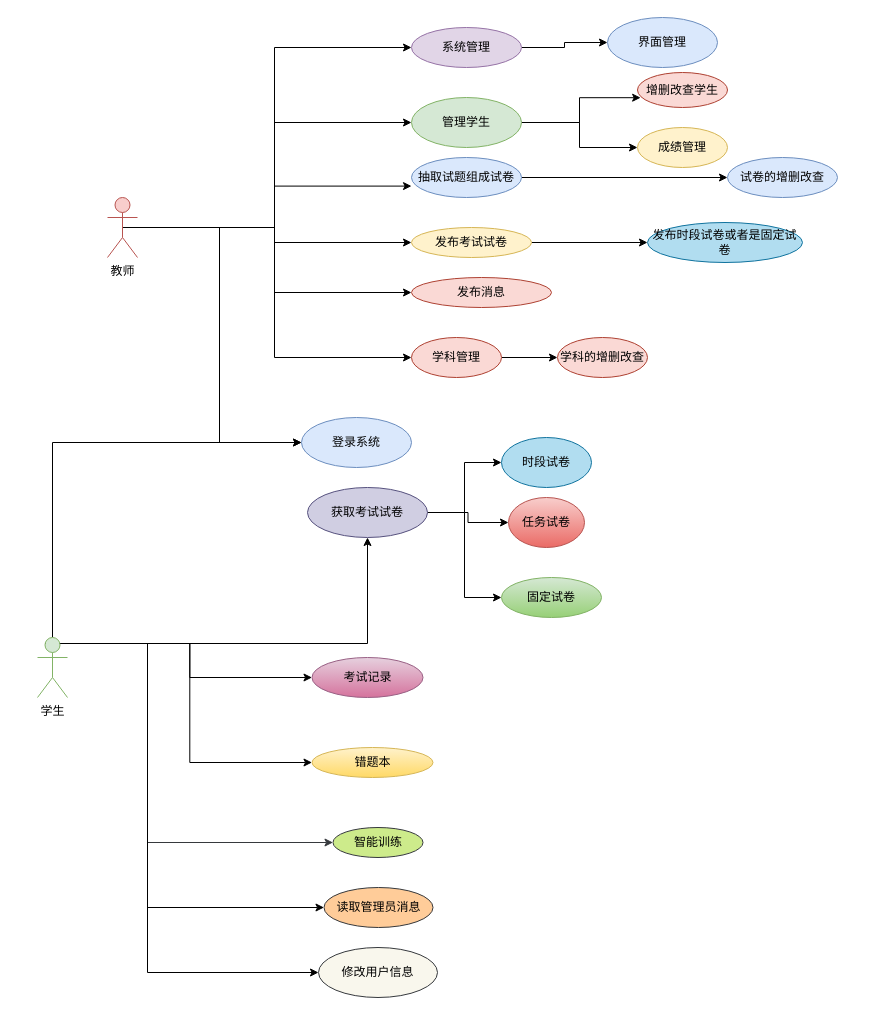
Above: 在线考试系统用例图.drawio in wchya/pic (draw.io), before the change. Source tidied: cells renumbered, new cells numbered last; positions are measured from the earlier drawing's top-left corner, leaving out a move shared by most shapes. Both pictures are drawn from the tidied source at 100%, with x=0, y=0 at pixel (37, 17).
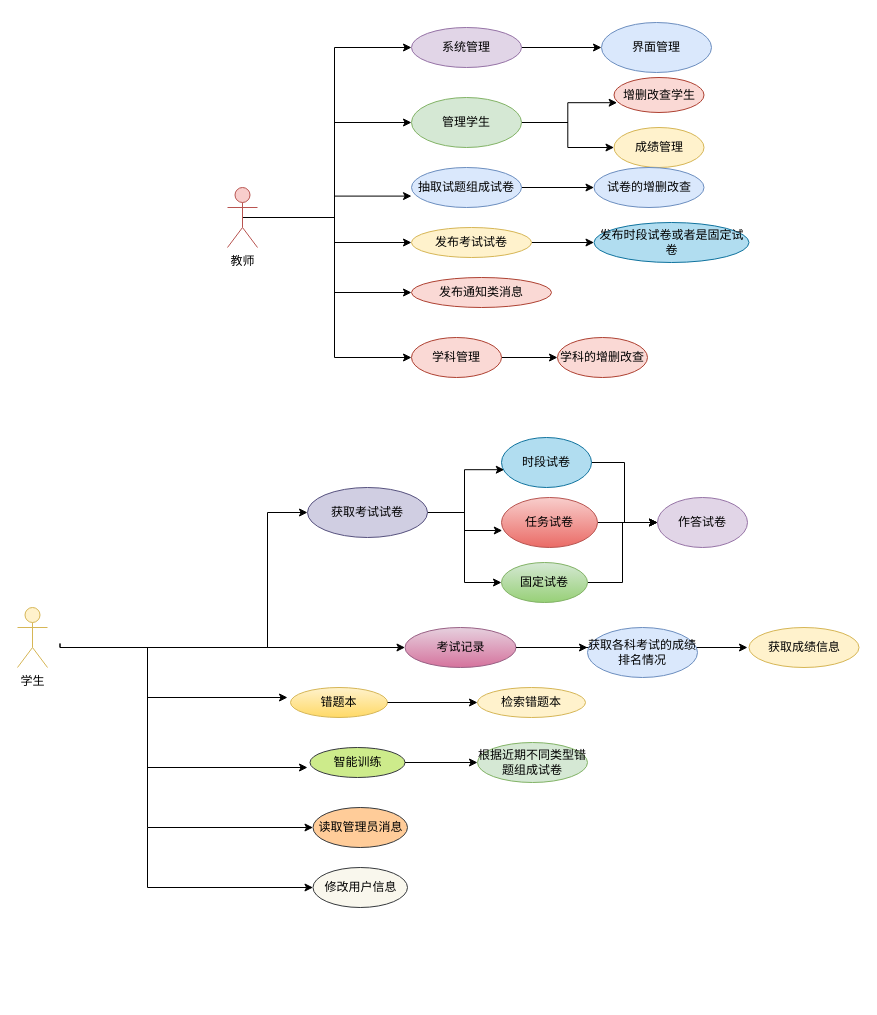
The same page after the edit.

Commit message (it also covers changes not shown here):
更新在线考试系统用例图.drawio

The change refers to these unchanged cells:
```xml
<mxCell id="40" value="获取考试试卷" style="ellipse;whiteSpace=wrap;html=1;fillColor=#d0cee2;strokeColor=#56517e;" parent="1" vertex="1">
  <mxGeometry x="270" y="470" width="120" height="50" as="geometry" />
</mxCell>
<mxCell id="41" value="时段试卷" style="ellipse;whiteSpace=wrap;html=1;fillColor=#b1ddf0;strokeColor=#10739e;" parent="1" vertex="1">
  <mxGeometry x="464" y="420" width="90" height="50" as="geometry" />
</mxCell>
```

Change to the diagram source:
```diff
@@
-    <mxCell id="2" style="edgeStyle=orthogonalEdgeStyle;rounded=0;jettySize=auto;html=1;exitX=0.5;exitY=0.5;exitDx=0;exitDy=0;exitPerimeter=0;entryX=0;entryY=0.5;entryDx=0;entryDy=0;" parent="1" edge="1" source="9" target="18">
-      <mxGeometry relative="1" as="geometry" />
-    </mxCell>
@@
     <mxCell id="9" value="教师" style="shape=umlActor;verticalLabelPosition=bottom;verticalAlign=top;html=1;outlineConnect=0;fillColor=#f8cecc;strokeColor=#b85450;" parent="1" vertex="1">
-      <mxGeometry x="70" y="180" width="30" height="60" as="geometry" />
+      <mxGeometry x="190" y="170" width="30" height="60" as="geometry" />
     </mxCell>
-    <mxCell id="10" style="edgeStyle=orthogonalEdgeStyle;rounded=0;jettySize=auto;html=1;exitX=0.5;exitY=0;exitDx=0;exitDy=0;exitPerimeter=0;entryX=0;entryY=0.5;entryDx=0;entryDy=0;" parent="1" edge="1" source="17" target="18">
-      <mxGeometry relative="1" as="geometry" />
-    </mxCell>
-    <mxCell id="11" style="edgeStyle=orthogonalEdgeStyle;rounded=0;jettySize=auto;html=1;exitX=0.75;exitY=0.1;exitDx=0;exitDy=0;exitPerimeter=0;" parent="1" edge="1" source="17" target="40">
-      <mxGeometry relative="1" as="geometry" />
+    <mxCell id="11" style="edgeStyle=orthogonalEdgeStyle;rounded=0;jettySize=auto;html=1;exitX=0.75;exitY=0.1;exitDx=0;exitDy=0;exitPerimeter=0;" parent="1" edge="1" target="40">
+      <mxGeometry relative="1" as="geometry">
+        <mxPoint x="22.5" y="626" as="sourcePoint" />
+        <Array as="points">
+          <mxPoint x="23" y="630" />
+          <mxPoint x="230" y="630" />
+          <mxPoint x="230" y="495" />
+        </Array>
+      </mxGeometry>
     </mxCell>
-    <mxCell id="12" style="edgeStyle=orthogonalEdgeStyle;rounded=0;jettySize=auto;html=1;exitX=0.25;exitY=0.1;exitDx=0;exitDy=0;exitPerimeter=0;entryX=0;entryY=0.5;entryDx=0;entryDy=0;" parent="1" edge="1" source="17" target="44">
-      <mxGeometry relative="1" as="geometry" />
-    </mxCell>
-    <mxCell id="13" style="edgeStyle=orthogonalEdgeStyle;rounded=0;jettySize=auto;html=1;exitX=0.25;exitY=0.1;exitDx=0;exitDy=0;exitPerimeter=0;entryX=0;entryY=0.5;entryDx=0;entryDy=0;" parent="1" edge="1" source="17" target="45">
-      <mxGeometry relative="1" as="geometry" />
-    </mxCell>
-    <mxCell id="14" style="edgeStyle=orthogonalEdgeStyle;rounded=0;jettySize=auto;html=1;exitX=0.75;exitY=0.1;exitDx=0;exitDy=0;exitPerimeter=0;fillColor=#cdeb8b;strokeColor=#36393d;" parent="1" edge="1" source="17" target="46">
-      <mxGeometry relative="1" as="geometry">
-        <Array as="points">
-          <mxPoint x="110" y="626" />
-          <mxPoint x="110" y="825" />
-        </Array>
-      </mxGeometry>
-    </mxCell>
-    <mxCell id="15" style="edgeStyle=orthogonalEdgeStyle;rounded=0;jettySize=auto;html=1;exitX=0.75;exitY=0.1;exitDx=0;exitDy=0;exitPerimeter=0;entryX=0;entryY=0.5;entryDx=0;entryDy=0;" parent="1" edge="1" source="17" target="47">
+    <mxCell id="15" style="edgeStyle=orthogonalEdgeStyle;rounded=0;jettySize=auto;html=1;exitX=0.75;exitY=0.1;exitDx=0;exitDy=0;exitPerimeter=0;entryX=0;entryY=0.5;entryDx=0;entryDy=0;" parent="1" edge="1" target="47">
       <mxGeometry relative="1" as="geometry">
+        <mxPoint x="22.5" y="626" as="sourcePoint" />
         <Array as="points">
-          <mxPoint x="110" y="626" />
-          <mxPoint x="110" y="890" />
+          <mxPoint x="23" y="630" />
+          <mxPoint x="110" y="630" />
+          <mxPoint x="110" y="810" />
         </Array>
       </mxGeometry>
     </mxCell>
-    <mxCell id="16" style="edgeStyle=orthogonalEdgeStyle;rounded=0;jettySize=auto;html=1;exitX=0.25;exitY=0.1;exitDx=0;exitDy=0;exitPerimeter=0;entryX=0;entryY=0.5;entryDx=0;entryDy=0;" parent="1" edge="1" source="17" target="48">
-      <mxGeometry relative="1" as="geometry">
-        <Array as="points">
-          <mxPoint x="110" y="626" />
-          <mxPoint x="110" y="955" />
-        </Array>
-      </mxGeometry>
-    </mxCell>
-    <mxCell id="17" value="学生" style="shape=umlActor;verticalLabelPosition=bottom;verticalAlign=top;html=1;outlineConnect=0;fillColor=#d5e8d4;strokeColor=#82b366;" parent="1" vertex="1">
-      <mxGeometry y="620" width="30" height="60" as="geometry" />
-    </mxCell>
-    <mxCell id="18" value="登录系统" style="ellipse;whiteSpace=wrap;html=1;fillColor=#dae8fc;strokeColor=#6c8ebf;" parent="1" vertex="1">
-      <mxGeometry x="264" y="400" width="110" height="50" as="geometry" />
-    </mxCell>
@@
     <mxCell id="23" value="抽取试题组成试卷" style="ellipse;whiteSpace=wrap;html=1;fillColor=#dae8fc;strokeColor=#6c8ebf;" parent="1" vertex="1">
-      <mxGeometry x="374" y="140" width="110" height="40" as="geometry" />
+      <mxGeometry x="374" y="150" width="110" height="40" as="geometry" />
     </mxCell>
@@
     <mxCell id="28" value="界面管理" style="ellipse;whiteSpace=wrap;html=1;fillColor=#dae8fc;strokeColor=#6c8ebf;" parent="1" vertex="1">
-      <mxGeometry x="570" width="110" height="50" as="geometry" />
+      <mxGeometry x="564" y="5" width="110" height="50" as="geometry" />
     </mxCell>
     <mxCell id="29" value="成绩管理" style="ellipse;whiteSpace=wrap;html=1;fillColor=#fff2cc;strokeColor=#d6b656;" parent="1" vertex="1">
-      <mxGeometry x="600" y="110" width="90" height="40" as="geometry" />
+      <mxGeometry x="576.5" y="110" width="90" height="40" as="geometry" />
     </mxCell>
     <mxCell id="30" value="增删改查学生" style="ellipse;whiteSpace=wrap;html=1;fillColor=#fad9d5;strokeColor=#ae4132;" parent="1" vertex="1">
-      <mxGeometry x="600" y="55" width="90" height="35" as="geometry" />
+      <mxGeometry x="576.5" y="60" width="90" height="35" as="geometry" />
     </mxCell>
     <mxCell id="31" value="发布时段试卷或者是固定试卷" style="ellipse;whiteSpace=wrap;html=1;fillColor=#b1ddf0;strokeColor=#10739e;" parent="1" vertex="1">
-      <mxGeometry x="610" y="205" width="155" height="40" as="geometry" />
+      <mxGeometry x="556.5" y="205" width="155" height="40" as="geometry" />
     </mxCell>
-    <mxCell id="32" value="发布消息" style="ellipse;whiteSpace=wrap;html=1;fillColor=#fad9d5;strokeColor=#ae4132;" parent="1" vertex="1">
+    <mxCell id="32" value="发布通知类消息" style="ellipse;whiteSpace=wrap;html=1;fillColor=#fad9d5;strokeColor=#ae4132;" parent="1" vertex="1">
       <mxGeometry x="374" y="260" width="140" height="30" as="geometry" />
     </mxCell>
     <mxCell id="33" value="试卷的增删改查" style="ellipse;whiteSpace=wrap;html=1;fillColor=#dae8fc;strokeColor=#6c8ebf;" parent="1" vertex="1">
-      <mxGeometry x="690" y="140" width="110" height="40" as="geometry" />
+      <mxGeometry x="556.5" y="150" width="110" height="40" as="geometry" />
     </mxCell>
@@
-    <mxCell id="37" style="edgeStyle=orthogonalEdgeStyle;rounded=0;jettySize=auto;html=1;exitX=1;exitY=0.5;exitDx=0;exitDy=0;entryX=0;entryY=0.5;entryDx=0;entryDy=0;" parent="1" edge="1" source="40" target="41">
+    <mxCell id="37" style="edgeStyle=orthogonalEdgeStyle;rounded=0;jettySize=auto;html=1;exitX=1;exitY=0.5;exitDx=0;exitDy=0;entryX=0.031;entryY=0.644;entryDx=0;entryDy=0;entryPerimeter=0;" parent="1" edge="1" source="40" target="41">
       <mxGeometry relative="1" as="geometry" />
     </mxCell>
+    <mxCell id="39" style="edgeStyle=orthogonalEdgeStyle;rounded=0;jettySize=auto;html=1;exitX=1;exitY=0.5;exitDx=0;exitDy=0;entryX=0.008;entryY=0.66;entryDx=0;entryDy=0;entryPerimeter=0;" parent="1" edge="1" source="40" target="43">
+      <mxGeometry relative="1" as="geometry" />
+    </mxCell>
@@
-    <mxCell id="39" style="edgeStyle=orthogonalEdgeStyle;rounded=0;jettySize=auto;html=1;exitX=1;exitY=0.5;exitDx=0;exitDy=0;entryX=0;entryY=0.5;entryDx=0;entryDy=0;" parent="1" edge="1" source="40" target="43">
-      <mxGeometry relative="1" as="geometry" />
-    </mxCell>
@@
+    <mxCell id="49" style="edgeStyle=orthogonalEdgeStyle;rounded=0;jettySize=auto;html=1;exitX=1;exitY=0.5;exitDx=0;exitDy=0;entryX=0;entryY=0.5;entryDx=0;entryDy=0;" parent="1" edge="1" source="41" target="63">
+      <mxGeometry relative="1" as="geometry" />
+    </mxCell>
@@
+    <mxCell id="50" style="edgeStyle=orthogonalEdgeStyle;rounded=0;jettySize=auto;html=1;exitX=1;exitY=0.5;exitDx=0;exitDy=0;entryX=0;entryY=0.5;entryDx=0;entryDy=0;" parent="1" edge="1" source="42" target="63">
+      <mxGeometry relative="1" as="geometry" />
+    </mxCell>
     <mxCell id="42" value="固定试卷" style="ellipse;whiteSpace=wrap;html=1;fillColor=#d5e8d4;gradientColor=#97d077;strokeColor=#82b366;" parent="1" vertex="1">
-      <mxGeometry x="464" y="560" width="100" height="40" as="geometry" />
+      <mxGeometry x="464" y="545" width="86" height="40" as="geometry" />
     </mxCell>
+    <mxCell id="51" style="edgeStyle=orthogonalEdgeStyle;rounded=0;jettySize=auto;html=1;exitX=1;exitY=0.5;exitDx=0;exitDy=0;entryX=0;entryY=0.5;entryDx=0;entryDy=0;" parent="1" edge="1" source="43" target="63">
+      <mxGeometry relative="1" as="geometry" />
+    </mxCell>
     <mxCell id="43" value="任务试卷" style="ellipse;whiteSpace=wrap;html=1;fillColor=#f8cecc;gradientColor=#ea6b66;strokeColor=#b85450;" parent="1" vertex="1">
-      <mxGeometry x="471" y="480" width="76" height="50" as="geometry" />
+      <mxGeometry x="464" y="480" width="96" height="50" as="geometry" />
     </mxCell>
+    <mxCell id="52" style="edgeStyle=orthogonalEdgeStyle;rounded=0;jettySize=auto;html=1;exitX=1;exitY=0.5;exitDx=0;exitDy=0;" parent="1" edge="1" source="44">
+      <mxGeometry relative="1" as="geometry">
+        <mxPoint x="710" y="630" as="targetPoint" />
+      </mxGeometry>
+    </mxCell>
     <mxCell id="44" value="考试记录" style="ellipse;whiteSpace=wrap;html=1;fillColor=#e6d0de;gradientColor=#d5739d;strokeColor=#996185;" parent="1" vertex="1">
-      <mxGeometry x="274.5" y="640" width="111" height="40" as="geometry" />
+      <mxGeometry x="367.5" y="610" width="111" height="40" as="geometry" />
     </mxCell>
     <mxCell id="45" value="错题本" style="ellipse;whiteSpace=wrap;html=1;fillColor=#fff2cc;gradientColor=#ffd966;strokeColor=#d6b656;" parent="1" vertex="1">
-      <mxGeometry x="274.5" y="730" width="121" height="30" as="geometry" />
+      <mxGeometry x="253" y="670" width="97" height="30" as="geometry" />
     </mxCell>
     <mxCell id="46" value="智能训练" style="ellipse;whiteSpace=wrap;html=1;fillColor=#cdeb8b;strokeColor=#36393d;" parent="1" vertex="1">
-      <mxGeometry x="295.5" y="810" width="90" height="30" as="geometry" />
+      <mxGeometry x="272.5" y="730" width="95" height="30" as="geometry" />
     </mxCell>
     <mxCell id="47" value="读取管理员消息" style="ellipse;whiteSpace=wrap;html=1;fillColor=#ffcc99;strokeColor=#36393d;" parent="1" vertex="1">
-      <mxGeometry x="286.5" y="870" width="109" height="40" as="geometry" />
+      <mxGeometry x="275.5" y="790" width="94.5" height="40" as="geometry" />
     </mxCell>
     <mxCell id="48" value="修改用户信息" style="ellipse;whiteSpace=wrap;html=1;fillColor=#f9f7ed;strokeColor=#36393d;" parent="1" vertex="1">
-      <mxGeometry x="281" y="930" width="119" height="50" as="geometry" />
+      <mxGeometry x="275.5" y="850" width="94.5" height="40" as="geometry" />
     </mxCell>
+    <mxCell id="17" value="学生" style="shape=umlActor;verticalLabelPosition=bottom;verticalAlign=top;html=1;outlineConnect=0;fillColor=#fff2cc;strokeColor=#d6b656;" parent="1" vertex="1">
+      <mxGeometry x="-20" y="590" width="30" height="60" as="geometry" />
+    </mxCell>
+    <mxCell id="53" style="endArrow=classic;html=1;rounded=0;entryX=0;entryY=0.5;entryDx=0;entryDy=0;" parent="1" edge="1" target="44">
+      <mxGeometry relative="1" as="geometry">
+        <mxPoint x="330" y="630" as="sourcePoint" />
+        <Array as="points">
+          <mxPoint x="230" y="630" />
+        </Array>
+      </mxGeometry>
+    </mxCell>
+    <mxCell id="54" style="endArrow=classic;html=1;rounded=0;entryX=0;entryY=0.5;entryDx=0;entryDy=0;" parent="1" edge="1" target="48">
+      <mxGeometry relative="1" as="geometry">
+        <mxPoint x="110" y="810" as="sourcePoint" />
+        <Array as="points">
+          <mxPoint x="110" y="870" />
+        </Array>
+      </mxGeometry>
+    </mxCell>
+    <mxCell id="55" style="endArrow=classic;html=1;rounded=0;" parent="1" edge="1">
+      <mxGeometry relative="1" as="geometry">
+        <mxPoint x="110" y="680" as="sourcePoint" />
+        <mxPoint x="250" y="680" as="targetPoint" />
+      </mxGeometry>
+    </mxCell>
+    <mxCell id="56" style="endArrow=classic;html=1;rounded=0;" parent="1" edge="1">
+      <mxGeometry relative="1" as="geometry">
+        <mxPoint x="110" y="750" as="sourcePoint" />
+        <mxPoint x="270" y="750" as="targetPoint" />
+      </mxGeometry>
+    </mxCell>
+    <mxCell id="57" style="endArrow=classic;html=1;rounded=0;exitX=1;exitY=0.5;exitDx=0;exitDy=0;" parent="1" edge="1" source="44">
+      <mxGeometry relative="1" as="geometry">
+        <mxPoint x="550" y="630" as="targetPoint" />
+      </mxGeometry>
+    </mxCell>
+    <mxCell id="58" value="获取各科考试的成绩排名情况" style="ellipse;whiteSpace=wrap;html=1;fillColor=#dae8fc;strokeColor=#6c8ebf;" parent="1" vertex="1">
+      <mxGeometry x="550" y="610" width="110" height="50" as="geometry" />
+    </mxCell>
+    <mxCell id="59" style="endArrow=classic;html=1;rounded=0;exitX=1;exitY=0.5;exitDx=0;exitDy=0;" parent="1" edge="1" source="45">
+      <mxGeometry relative="1" as="geometry">
+        <mxPoint x="440" y="685" as="targetPoint" />
+      </mxGeometry>
+    </mxCell>
+    <mxCell id="60" value="检索错题本" style="ellipse;whiteSpace=wrap;html=1;fillColor=#fff2cc;strokeColor=#d6b656;" parent="1" vertex="1">
+      <mxGeometry x="440" y="670" width="108" height="30" as="geometry" />
+    </mxCell>
+    <mxCell id="61" style="endArrow=classic;html=1;rounded=0;exitX=1;exitY=0.5;exitDx=0;exitDy=0;" parent="1" edge="1" source="46">
+      <mxGeometry relative="1" as="geometry">
+        <mxPoint x="440" y="745" as="targetPoint" />
+      </mxGeometry>
+    </mxCell>
+    <mxCell id="62" value="根据近期不同类型错题组成试卷" style="ellipse;whiteSpace=wrap;html=1;fillColor=#d5e8d4;strokeColor=#82b366;" parent="1" vertex="1">
+      <mxGeometry x="440" y="725" width="110" height="40" as="geometry" />
+    </mxCell>
+    <mxCell id="63" value="作答试卷" style="ellipse;whiteSpace=wrap;html=1;fillColor=#e1d5e7;strokeColor=#9673a6;" parent="1" vertex="1">
+      <mxGeometry x="620" y="480" width="90" height="50" as="geometry" />
+    </mxCell>
+    <mxCell id="64" value="获取成绩信息" style="ellipse;whiteSpace=wrap;html=1;fillColor=#fff2cc;strokeColor=#d6b656;" parent="1" vertex="1">
+      <mxGeometry x="711.5" y="610" width="110" height="40" as="geometry" />
+    </mxCell>
```
